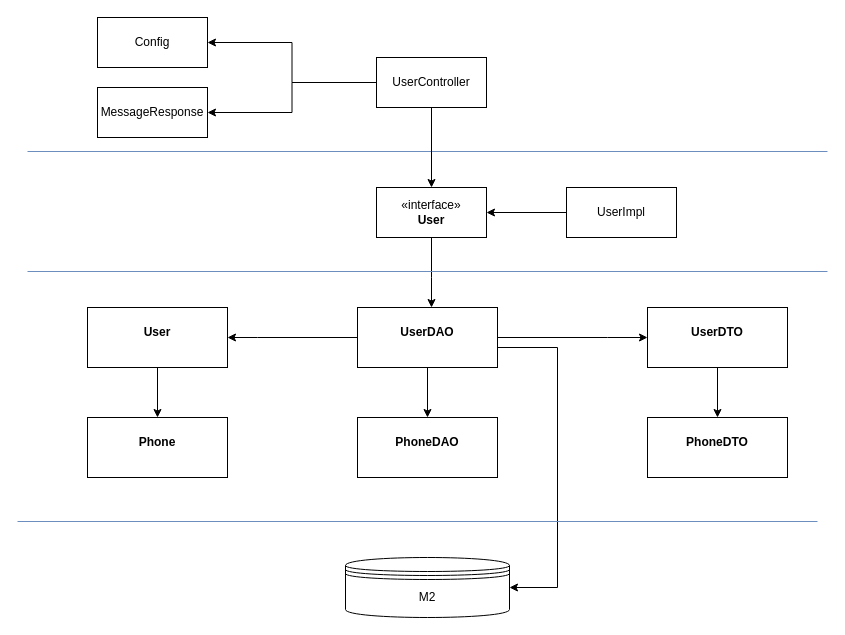
Before: Class diagram.drawio in AlexPainen/java_evaluation, a draw.io diagram. Source tidied: cells renumbered, new cells numbered last; positions are measured from the earlier drawing's top-left corner, leaving out a move shared by most shapes. Both pictures are drawn from the tidied source at 100%, with x=0, y=0 at pixel (17, 17).
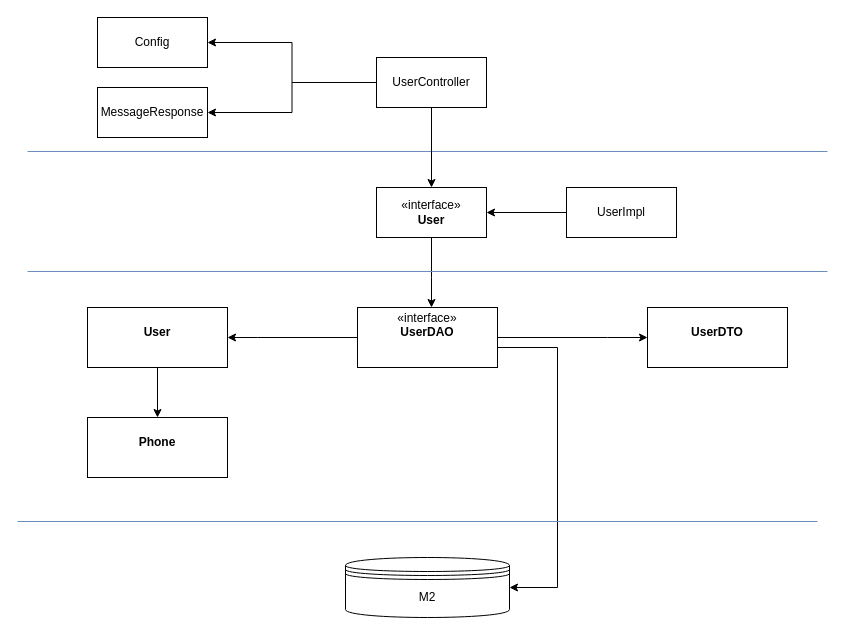
The same page after the edit.

The change refers to these unchanged cells:
```xml
<mxCell id="11" value="&lt;p style=&quot;margin:0px;margin-top:4px;text-align:center;&quot;&gt;&lt;br&gt;&lt;b&gt;UserDTO&lt;/b&gt;&lt;/p&gt;" style="verticalAlign=top;align=left;overflow=fill;html=1;whiteSpace=wrap;" parent="1" vertex="1">
  <mxGeometry x="630" y="290" width="140" height="60" as="geometry" />
</mxCell>
```

Change to the diagram source:
```diff
@@
-    <mxCell id="5" style="edgeStyle=orthogonalEdgeStyle;rounded=0;jettySize=auto;html=1;entryX=0.5;entryY=0;entryDx=0;entryDy=0;" parent="1" edge="1" source="8" target="9">
-      <mxGeometry relative="1" as="geometry" />
-    </mxCell>
@@
-    <mxCell id="8" value="&lt;p style=&quot;margin:0px;margin-top:4px;text-align:center;&quot;&gt;&lt;br&gt;&lt;b&gt;UserDAO&lt;/b&gt;&lt;/p&gt;" style="verticalAlign=top;align=left;overflow=fill;html=1;whiteSpace=wrap;" parent="1" vertex="1">
+    <mxCell id="8" value="&lt;p style=&quot;margin:0px;margin-top:4px;text-align:center;&quot;&gt;«interface»&lt;br style=&quot;border-color: var(--border-color);&quot;&gt;&lt;b style=&quot;border-color: var(--border-color);&quot;&gt;UserDAO&lt;/b&gt;&lt;/p&gt;" style="verticalAlign=top;align=left;overflow=fill;html=1;whiteSpace=wrap;" parent="1" vertex="1">
       <mxGeometry x="340" y="290" width="140" height="60" as="geometry" />
     </mxCell>
-    <mxCell id="9" value="&lt;p style=&quot;margin:0px;margin-top:4px;text-align:center;&quot;&gt;&lt;br&gt;&lt;b&gt;PhoneDAO&lt;/b&gt;&lt;/p&gt;" style="verticalAlign=top;align=left;overflow=fill;html=1;whiteSpace=wrap;" parent="1" vertex="1">
-      <mxGeometry x="340" y="400" width="140" height="60" as="geometry" />
-    </mxCell>
-    <mxCell id="10" style="edgeStyle=orthogonalEdgeStyle;rounded=0;jettySize=auto;html=1;entryX=0.5;entryY=0;entryDx=0;entryDy=0;" parent="1" edge="1" source="11" target="12">
-      <mxGeometry relative="1" as="geometry" />
-    </mxCell>
@@
-    <mxCell id="12" value="&lt;p style=&quot;margin:0px;margin-top:4px;text-align:center;&quot;&gt;&lt;br&gt;&lt;b&gt;PhoneDTO&lt;/b&gt;&lt;/p&gt;" style="verticalAlign=top;align=left;overflow=fill;html=1;whiteSpace=wrap;" parent="1" vertex="1">
-      <mxGeometry x="630" y="400" width="140" height="60" as="geometry" />
-    </mxCell>
```
